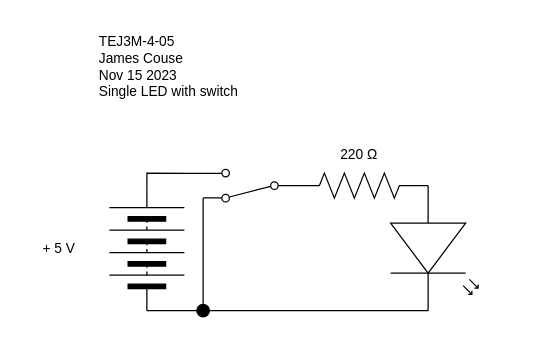
This is 4-05/4-05_diagram.drawio from James-Couse/TEJ3M-Unit-4, a draw.io file, before an edit. Source tidied: cells renumbered, new cells numbered last; positions are measured from the earlier drawing's top-left corner, leaving out a move shared by most shapes. Both pictures are drawn from the tidied source at 125%, with x=0, y=0 at pixel (21, 48).
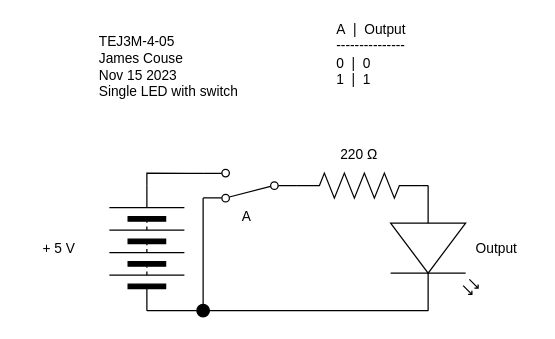
After the change.

What changed in the source:
```diff
@@
+    <mxCell id="15" value="&lt;div&gt;A&amp;nbsp; |&amp;nbsp; Output&lt;/div&gt;&lt;div&gt;---------------&lt;/div&gt;&lt;div&gt;0&amp;nbsp; |&amp;nbsp; 0&lt;/div&gt;&lt;div&gt;1&amp;nbsp; |&amp;nbsp; 1&lt;/div&gt;" style="text;strokeColor=none;align=left;fillColor=none;html=1;verticalAlign=middle;whiteSpace=wrap;rounded=0;fontFamily=Helvetica;fontSize=11;fontColor=default;" parent="1" vertex="1">
+      <mxGeometry x="250" y="-10" width="70" height="30" as="geometry" />
+    </mxCell>
+    <mxCell id="16" value="A" style="text;strokeColor=none;align=center;fillColor=none;html=1;verticalAlign=middle;whiteSpace=wrap;rounded=0;fontFamily=Helvetica;fontSize=11;fontColor=default;" parent="1" vertex="1">
+      <mxGeometry x="150" y="120" width="60" height="30" as="geometry" />
+    </mxCell>
+    <mxCell id="17" value="Output" style="text;strokeColor=none;align=center;fillColor=none;html=1;verticalAlign=middle;whiteSpace=wrap;rounded=0;fontFamily=Helvetica;fontSize=11;fontColor=default;" parent="1" vertex="1">
+      <mxGeometry x="350" y="145" width="60" height="30" as="geometry" />
+    </mxCell>
```
